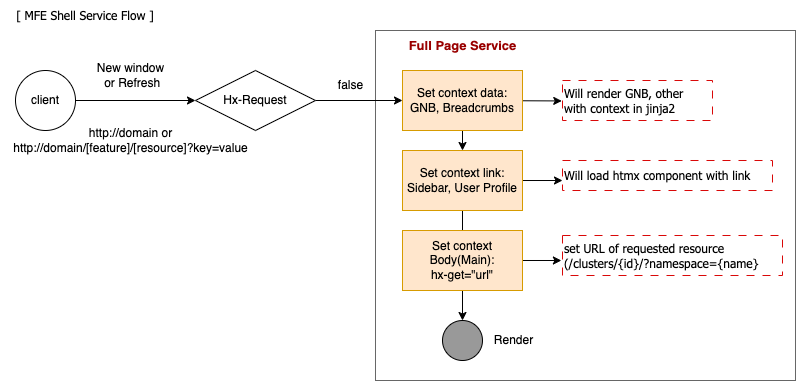
Before: doc/architecture/02.mfe-flow.drawio.png, a diagram exported from draw.io (iamnogada/mfe-conesole-ui). Source tidied: cells renumbered, new cells last; positions are measured from the earlier drawing's top-left corner, leaving out a move shared by most shapes. The source it was exported from:
```xml
<mxGraphModel>
  <root>
    <mxCell id="0" />
    <mxCell id="1" parent="0" />
    <mxCell id="2" style="rounded=0;whiteSpace=wrap;html=1;fillColor=none;strokeColor=#666666;" parent="1" vertex="1">
      <mxGeometry x="375" y="30" width="420" height="350" as="geometry" />
    </mxCell>
    <mxCell id="3" value="client" style="ellipse;whiteSpace=wrap;html=1;fontFamily=Helvetica;fontSize=12;fontColor=default;align=center;strokeColor=default;fillColor=default;" parent="1" vertex="1">
      <mxGeometry x="15" y="70" width="60" height="60" as="geometry" />
    </mxCell>
    <mxCell id="4" value="[ MFE Shell Service Flow ]" style="text;strokeColor=none;align=center;fillColor=none;html=1;verticalAlign=middle;whiteSpace=wrap;rounded=0;fontFamily=Tahoma;" parent="1" vertex="1">
      <mxGeometry x="15" width="140" height="30" as="geometry" />
    </mxCell>
    <mxCell id="5" style="edgeStyle=none;html=1;" parent="1" edge="1" target="7">
      <mxGeometry relative="1" as="geometry">
        <mxPoint x="75" y="100" as="sourcePoint" />
      </mxGeometry>
    </mxCell>
    <mxCell id="6" style="edgeStyle=none;html=1;entryX=0;entryY=0.5;entryDx=0;entryDy=0;" parent="1" edge="1" source="7" target="10">
      <mxGeometry relative="1" as="geometry" />
    </mxCell>
    <mxCell id="7" value="Hx-Request" style="rhombus;whiteSpace=wrap;html=1;fontFamily=Helvetica;fontSize=12;fontColor=default;align=center;strokeColor=default;fillColor=default;" parent="1" vertex="1">
      <mxGeometry x="195" y="70" width="120" height="60" as="geometry" />
    </mxCell>
    <mxCell id="8" style="edgeStyle=none;html=1;" parent="1" edge="1" source="10" target="13">
      <mxGeometry relative="1" as="geometry" />
    </mxCell>
    <mxCell id="9" style="edgeStyle=none;html=1;entryX=-0.005;entryY=0.511;entryDx=0;entryDy=0;entryPerimeter=0;" parent="1" edge="1" source="10" target="14">
      <mxGeometry relative="1" as="geometry" />
    </mxCell>
    <mxCell id="10" value="Set context data:&lt;br&gt;GNB, Breadcrumbs" style="whiteSpace=wrap;html=1;rounded=0;fillColor=#ffe6cc;strokeColor=#d79b00;" parent="1" vertex="1">
      <mxGeometry x="402" y="70" width="120" height="60" as="geometry" />
    </mxCell>
    <mxCell id="11" style="edgeStyle=none;html=1;entryX=0;entryY=0.667;entryDx=0;entryDy=0;entryPerimeter=0;" parent="1" edge="1" source="13" target="15">
      <mxGeometry relative="1" as="geometry" />
    </mxCell>
    <mxCell id="12" style="edgeStyle=none;html=1;" parent="1" edge="1" source="13">
      <mxGeometry relative="1" as="geometry">
        <mxPoint x="462" y="250" as="targetPoint" />
      </mxGeometry>
    </mxCell>
    <mxCell id="13" value="Set context link:&lt;br&gt;Sidebar, User Profile" style="whiteSpace=wrap;html=1;fillColor=#ffe6cc;strokeColor=#d79b00;rounded=0;" parent="1" vertex="1">
      <mxGeometry x="402" y="150" width="120" height="60" as="geometry" />
    </mxCell>
    <mxCell id="14" value="&lt;div style=&quot;&quot;&gt;Will render GNB, other&amp;nbsp;&lt;/div&gt;&lt;div style=&quot;&quot;&gt;with context in jinja2&lt;/div&gt;" style="text;html=1;align=left;verticalAlign=middle;points=[];strokeColor=#d90808;fillColor=none;fontFamily=Tahoma;dashed=1;dashPattern=8 8;" parent="1" vertex="1">
      <mxGeometry x="562" y="80" width="150" height="40" as="geometry" />
    </mxCell>
    <mxCell id="15" value="&lt;div style=&quot;&quot;&gt;Will load htmx component with link&lt;/div&gt;" style="text;html=1;align=left;verticalAlign=middle;points=[];strokeColor=#d90808;fillColor=none;fontFamily=Tahoma;dashed=1;dashPattern=8 8;" parent="1" vertex="1">
      <mxGeometry x="562" y="160" width="210" height="30" as="geometry" />
    </mxCell>
    <mxCell id="16" style="edgeStyle=none;html=1;entryX=-0.005;entryY=0.625;entryDx=0;entryDy=0;entryPerimeter=0;" parent="1" edge="1" source="18" target="19">
      <mxGeometry relative="1" as="geometry" />
    </mxCell>
    <mxCell id="17" style="edgeStyle=none;html=1;entryX=0.5;entryY=0;entryDx=0;entryDy=0;" parent="1" edge="1" source="18" target="22">
      <mxGeometry relative="1" as="geometry" />
    </mxCell>
    <mxCell id="18" value="Set context Body(Main):&lt;br&gt;hx-get=&quot;url&quot;" style="whiteSpace=wrap;html=1;fillColor=#ffe6cc;strokeColor=#d79b00;rounded=0;" parent="1" vertex="1">
      <mxGeometry x="402" y="230" width="120" height="60" as="geometry" />
    </mxCell>
    <mxCell id="19" value="&lt;div style=&quot;&quot;&gt;set URL of requested resource&lt;/div&gt;&lt;div style=&quot;&quot;&gt;(/clusters/{id}/?namespace={name}&lt;/div&gt;" style="text;html=1;align=left;verticalAlign=middle;points=[];strokeColor=#d90808;fillColor=none;fontFamily=Tahoma;dashed=1;dashPattern=8 8;" parent="1" vertex="1">
      <mxGeometry x="562" y="235" width="220" height="40" as="geometry" />
    </mxCell>
    <mxCell id="20" value="New window&lt;br&gt;&amp;nbsp;or Refresh" style="text;html=1;align=center;verticalAlign=middle;strokeColor=none;fillColor=none;" parent="1" vertex="1">
      <mxGeometry x="85" y="55" width="90" height="40" as="geometry" />
    </mxCell>
    <mxCell id="21" value="false" style="text;html=1;align=center;verticalAlign=middle;strokeColor=none;fillColor=none;" parent="1" vertex="1">
      <mxGeometry x="325" y="70" width="50" height="30" as="geometry" />
    </mxCell>
    <mxCell id="22" style="ellipse;whiteSpace=wrap;html=1;fillColor=#999999;fillStyle=solid;" parent="1" vertex="1">
      <mxGeometry x="442" y="320" width="40" height="40" as="geometry" />
    </mxCell>
    <mxCell id="23" value="Render" style="text;html=1;align=center;verticalAlign=middle;strokeColor=none;fillColor=none;" parent="1" vertex="1">
      <mxGeometry x="483" y="325" width="60" height="30" as="geometry" />
    </mxCell>
    <mxCell id="24" value="Full Page Service" style="text;html=1;align=center;verticalAlign=middle;strokeColor=none;fillColor=none;fontColor=#990000;fontStyle=1;fontSize=13;" parent="1" vertex="1">
      <mxGeometry x="397" y="30" width="130" height="30" as="geometry" />
    </mxCell>
    <mxCell id="25" value="http://domain or&lt;br&gt;http://domain/[feature]/[resource]?key=value" style="text;html=1;align=center;verticalAlign=middle;strokeColor=none;fillColor=none;" parent="1" vertex="1">
      <mxGeometry y="120" width="260" height="40" as="geometry" />
    </mxCell>
  </root>
</mxGraphModel>
```
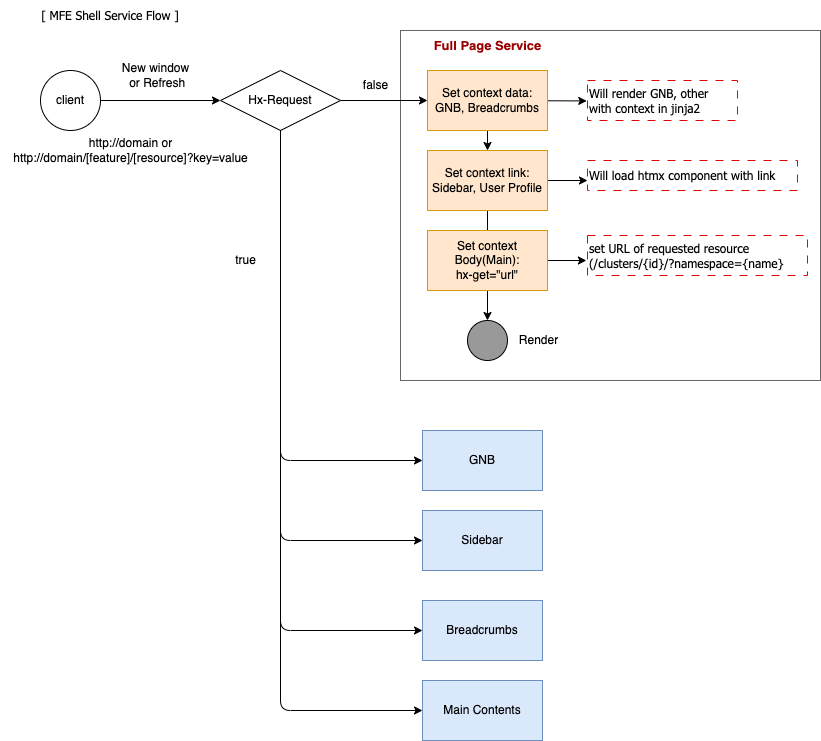
Above is the later version.

The edit, as a diff of the source:
```diff
@@ -19,6 +19,13 @@
     <mxCell id="6" style="edgeStyle=none;html=1;entryX=0;entryY=0.5;entryDx=0;entryDy=0;" parent="1" edge="1" source="7" target="10">
       <mxGeometry relative="1" as="geometry" />
     </mxCell>
+    <mxCell id="26" style="edgeStyle=none;html=1;entryX=0;entryY=0.5;entryDx=0;entryDy=0;" parent="1" edge="1" source="7" target="27">
+      <mxGeometry relative="1" as="geometry">
+        <Array as="points">
+          <mxPoint x="255" y="460" />
+        </Array>
+      </mxGeometry>
+    </mxCell>
     <mxCell id="7" value="Hx-Request" style="rhombus;whiteSpace=wrap;html=1;fontFamily=Helvetica;fontSize=12;fontColor=default;align=center;strokeColor=default;fillColor=default;" parent="1" vertex="1">
       <mxGeometry x="195" y="70" width="120" height="60" as="geometry" />
     </mxCell>
@@ -76,7 +83,44 @@
       <mxGeometry x="397" y="30" width="130" height="30" as="geometry" />
     </mxCell>
     <mxCell id="25" value="http://domain or&lt;br&gt;http://domain/[feature]/[resource]?key=value" style="text;html=1;align=center;verticalAlign=middle;strokeColor=none;fillColor=none;" parent="1" vertex="1">
-      <mxGeometry y="120" width="260" height="40" as="geometry" />
+      <mxGeometry x="-25" y="130" width="260" height="40" as="geometry" />
     </mxCell>
+    <mxCell id="27" value="GNB" style="whiteSpace=wrap;html=1;rounded=0;fillColor=#dae8fc;strokeColor=#6c8ebf;" parent="1" vertex="1">
+      <mxGeometry x="397" y="430" width="120" height="60" as="geometry" />
+    </mxCell>
+    <mxCell id="28" value="Sidebar" style="whiteSpace=wrap;html=1;rounded=0;fillColor=#dae8fc;strokeColor=#6c8ebf;" parent="1" vertex="1">
+      <mxGeometry x="397" y="510" width="120" height="60" as="geometry" />
+    </mxCell>
+    <mxCell id="29" value="Breadcrumbs" style="whiteSpace=wrap;html=1;rounded=0;fillColor=#dae8fc;strokeColor=#6c8ebf;" parent="1" vertex="1">
+      <mxGeometry x="397" y="600" width="120" height="60" as="geometry" />
+    </mxCell>
+    <mxCell id="30" value="Main Contents" style="whiteSpace=wrap;html=1;rounded=0;fillColor=#dae8fc;strokeColor=#6c8ebf;" parent="1" vertex="1">
+      <mxGeometry x="397" y="680" width="120" height="60" as="geometry" />
+    </mxCell>
+    <mxCell id="31" value="true" style="text;html=1;align=center;verticalAlign=middle;strokeColor=none;fillColor=none;" parent="1" vertex="1">
+      <mxGeometry x="200" y="245" width="40" height="30" as="geometry" />
+    </mxCell>
+    <mxCell id="32" style="edgeStyle=none;html=1;entryX=0;entryY=0.5;entryDx=0;entryDy=0;exitX=0.5;exitY=1;exitDx=0;exitDy=0;" parent="1" edge="1" source="7" target="28">
+      <mxGeometry relative="1" as="geometry">
+        <Array as="points">
+          <mxPoint x="255" y="540" />
+        </Array>
+      </mxGeometry>
+    </mxCell>
+    <mxCell id="33" style="edgeStyle=none;html=1;entryX=0;entryY=0.5;entryDx=0;entryDy=0;exitX=0.5;exitY=1;exitDx=0;exitDy=0;" parent="1" edge="1" source="7" target="29">
+      <mxGeometry relative="1" as="geometry">
+        <Array as="points">
+          <mxPoint x="255" y="630" />
+        </Array>
+      </mxGeometry>
+    </mxCell>
+    <mxCell id="34" style="edgeStyle=none;html=1;entryX=0;entryY=0.5;entryDx=0;entryDy=0;" parent="1" edge="1" target="30">
+      <mxGeometry relative="1" as="geometry">
+        <mxPoint x="255" y="130" as="sourcePoint" />
+        <Array as="points">
+          <mxPoint x="255" y="710" />
+        </Array>
+      </mxGeometry>
+    </mxCell>
   </root>
 </mxGraphModel>
```
